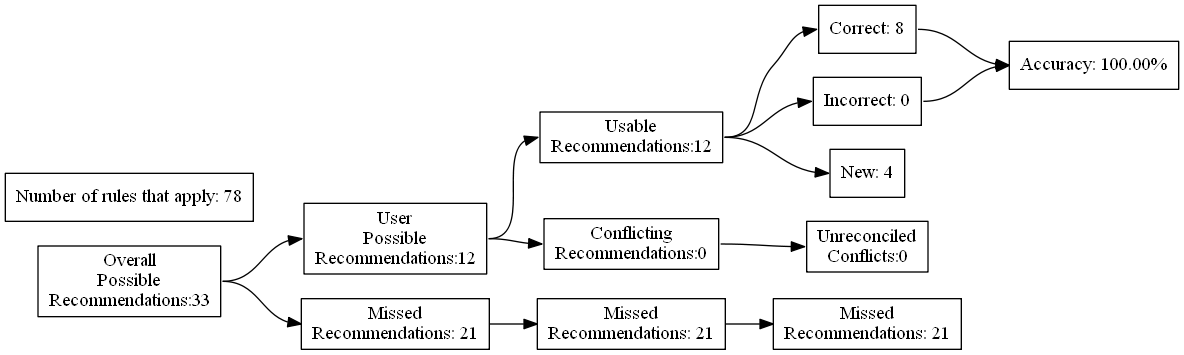
Earlier version of the Graphviz export test_renders/46.gv.png (ZaxR/ibd_diet_analysis). Its source is kept beside it as test_renders/46.gv.
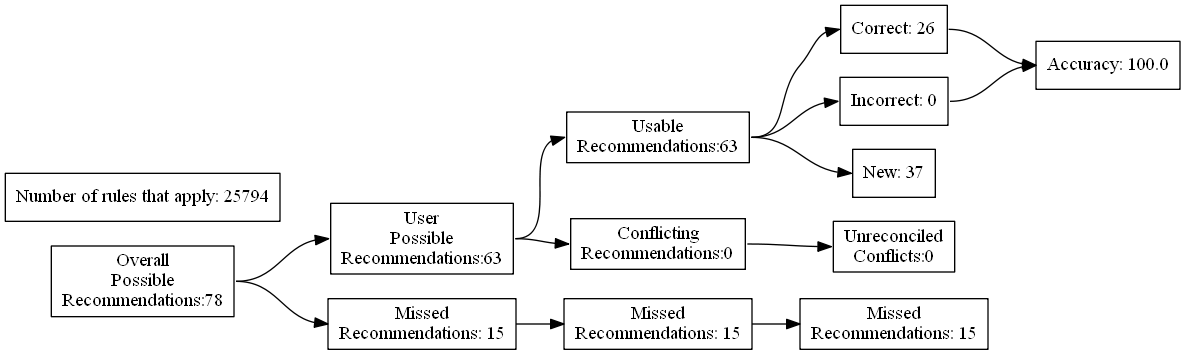
The same file after the commit.

What changed in the source:
```diff
@@ -4,27 +4,27 @@
 	edge [headport=w tailport=e]
 		A [label="Overall
 Possible
-Recommendations:33"]
+Recommendations:78"]
 		B [label="User
 Possible
-Recommendations:12"]
+Recommendations:63"]
 		C [label="Missed
-Recommendations: 21"]
+Recommendations: 15"]
 		D [label="Usable
-Recommendations:12"]
+Recommendations:63"]
 		E [label="Conflicting
 Recommendations:0"]
 		J [label="Missed
-Recommendations: 21"]
+Recommendations: 15"]
 		M [label="Unreconciled
 Conflicts:0"]
-		F [label="Correct: 8"]
+		F [label="Correct: 26"]
 		G [label="Incorrect: 0"]
-		H [label="New: 4"]
+		H [label="New: 37"]
 		K [label="Missed
-Recommendations: 21"]
-		I [label="Accuracy: 100.00%"]
-		l [label="Number of rules that apply: 78"]
+Recommendations: 15"]
+		I [label="Accuracy: 100.0"]
+		l [label="Number of rules that apply: 25794"]
 			A -> B
 			A -> C
 			B -> D
```
